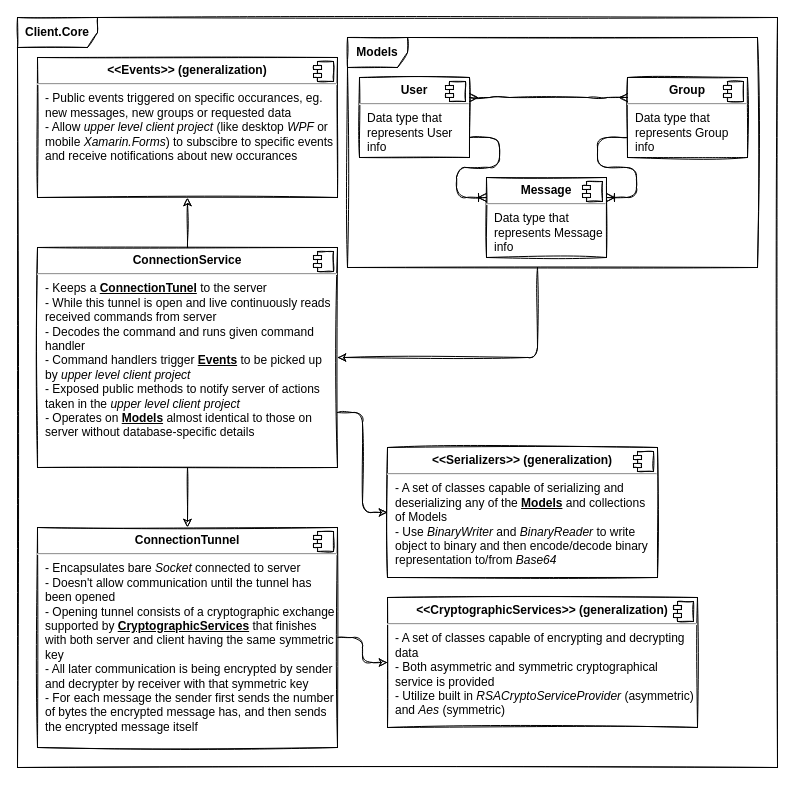
mMosiur/Slacek keeps this draw.io diagram as Diagrams/client.drawio. Above is the earlier version. Source tidied: cells renumbered, new cells numbered last; positions are measured from the earlier drawing's top-left corner, leaving out a move shared by most shapes. Both pictures are drawn from the tidied source at 100%, with x=0, y=0 at pixel (17, 17).
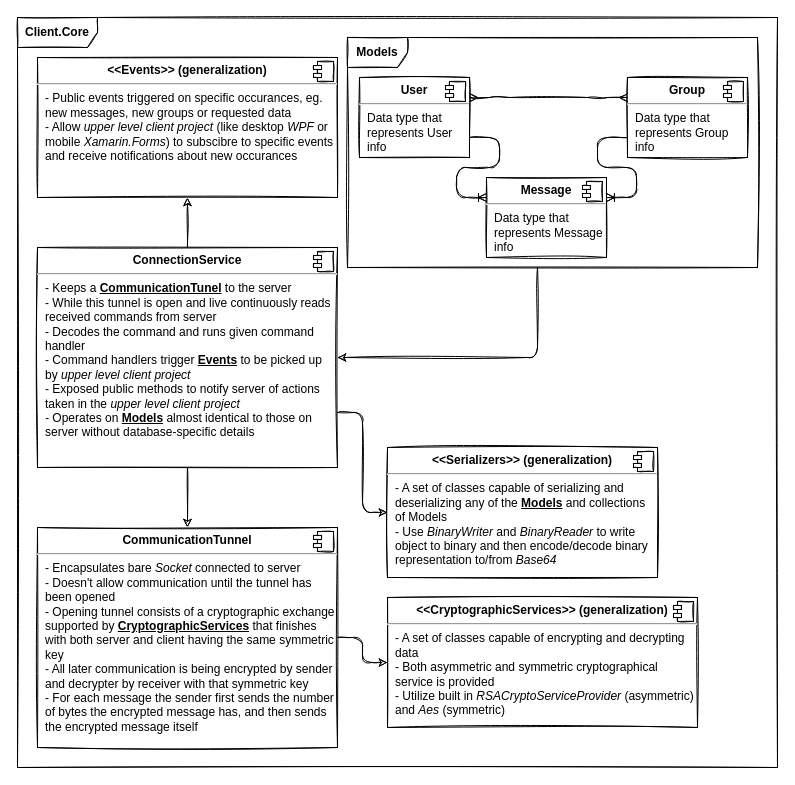
The same page after the edit.

Commit message (it also covers changes not shown here):
Correct a misspelling in diagrams

Change to the diagram source:
```diff
@@
-    <mxCell id="5" value="&lt;p style=&quot;margin: 0px ; margin-top: 6px ; text-align: center&quot;&gt;&lt;b&gt;ConnectionService&lt;/b&gt;&lt;/p&gt;&lt;hr&gt;&lt;p style=&quot;margin: 0px ; margin-left: 8px&quot;&gt;- Keeps a &lt;b&gt;&lt;u&gt;ConnectionTunel&lt;/u&gt;&lt;/b&gt; to the server&lt;/p&gt;&lt;p style=&quot;margin: 0px ; margin-left: 8px&quot;&gt;- While this tunnel is open and live continuously reads received commands from server&lt;/p&gt;&lt;p style=&quot;margin: 0px ; margin-left: 8px&quot;&gt;- Decodes the command and runs given command handler&lt;/p&gt;&lt;p style=&quot;margin: 0px ; margin-left: 8px&quot;&gt;- Command handlers trigger &lt;b&gt;&lt;u&gt;Events&lt;/u&gt;&lt;/b&gt; to be picked up by &lt;i&gt;upper level client project&lt;/i&gt;&lt;/p&gt;&lt;p style=&quot;margin: 0px ; margin-left: 8px&quot;&gt;- Exposed public methods to notify server of actions taken in the &lt;i&gt;upper level client project&lt;/i&gt;&lt;/p&gt;&lt;p style=&quot;margin: 0px ; margin-left: 8px&quot;&gt;&lt;i&gt;- &lt;/i&gt;Operates on &lt;b&gt;&lt;u&gt;Models&lt;/u&gt;&lt;/b&gt;&amp;nbsp;almost identical to those on server without database-specific details&lt;/p&gt;" style="align=left;overflow=fill;html=1;shadow=0;glass=0;whiteSpace=wrap;sketch=1;" parent="1" vertex="1">
+    <mxCell id="5" value="&lt;p style=&quot;margin: 0px ; margin-top: 6px ; text-align: center&quot;&gt;&lt;b&gt;ConnectionService&lt;/b&gt;&lt;/p&gt;&lt;hr&gt;&lt;p style=&quot;margin: 0px ; margin-left: 8px&quot;&gt;- Keeps a &lt;b&gt;&lt;u&gt;CommunicationTunel&lt;/u&gt;&lt;/b&gt; to the server&lt;/p&gt;&lt;p style=&quot;margin: 0px ; margin-left: 8px&quot;&gt;- While this tunnel is open and live continuously reads received commands from server&lt;/p&gt;&lt;p style=&quot;margin: 0px ; margin-left: 8px&quot;&gt;- Decodes the command and runs given command handler&lt;/p&gt;&lt;p style=&quot;margin: 0px ; margin-left: 8px&quot;&gt;- Command handlers trigger &lt;b&gt;&lt;u&gt;Events&lt;/u&gt;&lt;/b&gt; to be picked up by &lt;i&gt;upper level client project&lt;/i&gt;&lt;/p&gt;&lt;p style=&quot;margin: 0px ; margin-left: 8px&quot;&gt;- Exposed public methods to notify server of actions taken in the &lt;i&gt;upper level client project&lt;/i&gt;&lt;/p&gt;&lt;p style=&quot;margin: 0px ; margin-left: 8px&quot;&gt;&lt;i&gt;- &lt;/i&gt;Operates on &lt;b&gt;&lt;u&gt;Models&lt;/u&gt;&lt;/b&gt;&amp;nbsp;almost identical to those on server without database-specific details&lt;/p&gt;" style="align=left;overflow=fill;html=1;shadow=0;glass=0;whiteSpace=wrap;sketch=1;" parent="1" vertex="1">
       <mxGeometry x="20" y="230" width="300" height="220" as="geometry" />
     </mxCell>
@@
-    <mxCell id="21" value="&lt;p style=&quot;margin: 0px ; margin-top: 6px ; text-align: center&quot;&gt;&lt;b&gt;ConnectionTunnel&lt;/b&gt;&lt;/p&gt;&lt;hr&gt;&lt;p style=&quot;margin: 0px ; margin-left: 8px&quot;&gt;- Encapsulates bare &lt;i&gt;Socket&lt;/i&gt;&amp;nbsp;connected to server&lt;/p&gt;&lt;p style=&quot;margin: 0px ; margin-left: 8px&quot;&gt;- Doesn't allow communication until the tunnel has been opened&lt;/p&gt;&lt;p style=&quot;margin: 0px ; margin-left: 8px&quot;&gt;- Opening tunnel consists of a cryptographic exchange supported by &lt;b&gt;&lt;u&gt;CryptographicServices&lt;/u&gt;&lt;/b&gt; that finishes with both server and client having the same symmetric key&lt;/p&gt;&lt;p style=&quot;margin: 0px ; margin-left: 8px&quot;&gt;- All later communication is being encrypted by sender and decrypter by receiver with that symmetric key&lt;/p&gt;&lt;p style=&quot;margin: 0px ; margin-left: 8px&quot;&gt;- For each message the sender first sends the number of bytes the encrypted message has, and then sends the encrypted message itself&lt;/p&gt;" style="align=left;overflow=fill;html=1;shadow=0;glass=0;whiteSpace=wrap;sketch=1;" parent="1" vertex="1">
+    <mxCell id="21" value="&lt;p style=&quot;margin: 0px ; margin-top: 6px ; text-align: center&quot;&gt;&lt;b&gt;CommunicationTunnel&lt;/b&gt;&lt;/p&gt;&lt;hr&gt;&lt;p style=&quot;margin: 0px ; margin-left: 8px&quot;&gt;- Encapsulates bare &lt;i&gt;Socket&lt;/i&gt;&amp;nbsp;connected to server&lt;/p&gt;&lt;p style=&quot;margin: 0px ; margin-left: 8px&quot;&gt;- Doesn't allow communication until the tunnel has been opened&lt;/p&gt;&lt;p style=&quot;margin: 0px ; margin-left: 8px&quot;&gt;- Opening tunnel consists of a cryptographic exchange supported by &lt;b&gt;&lt;u&gt;CryptographicServices&lt;/u&gt;&lt;/b&gt; that finishes with both server and client having the same symmetric key&lt;/p&gt;&lt;p style=&quot;margin: 0px ; margin-left: 8px&quot;&gt;- All later communication is being encrypted by sender and decrypter by receiver with that symmetric key&lt;/p&gt;&lt;p style=&quot;margin: 0px ; margin-left: 8px&quot;&gt;- For each message the sender first sends the number of bytes the encrypted message has, and then sends the encrypted message itself&lt;/p&gt;" style="align=left;overflow=fill;html=1;shadow=0;glass=0;whiteSpace=wrap;sketch=1;" parent="1" vertex="1">
       <mxGeometry x="20" y="510" width="300" height="220" as="geometry" />
     </mxCell>
```
